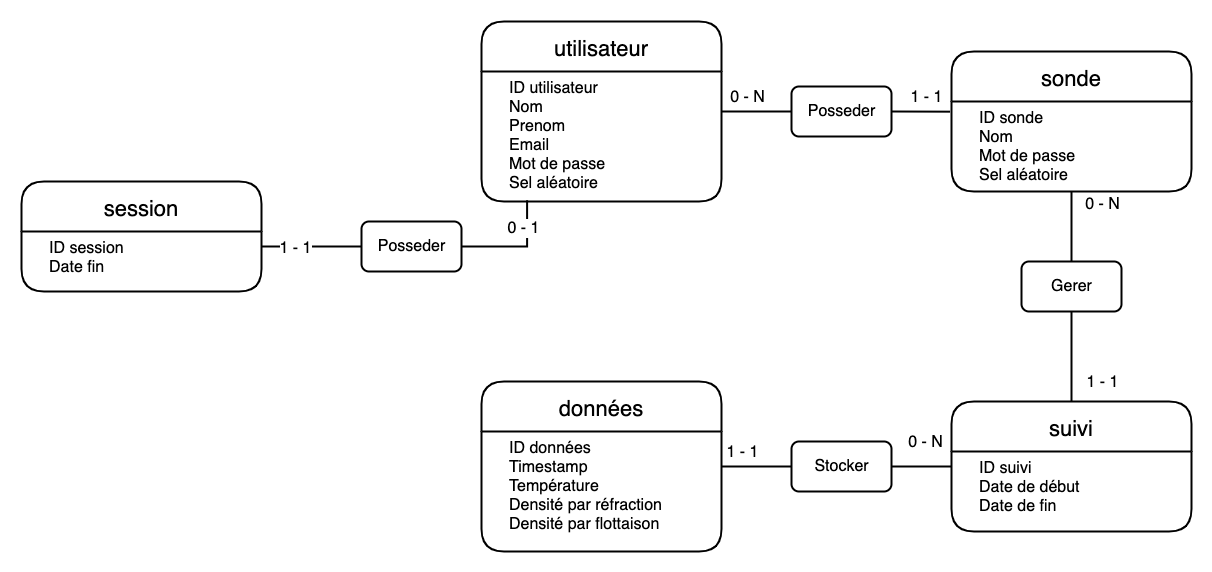
The draw.io diagram docs/schémas db/Entité Association.png in AlexandreDoneux/TFE, before a commit. Source tidied: cells renumbered, new cells last; positions are measured from the earlier drawing's top-left corner, leaving out a move shared by most shapes. Its diagram source:
```xml
<mxGraphModel background="#ffffff">
  <root>
    <mxCell id="0" />
    <mxCell id="1" parent="0" />
    <mxCell id="2" style="edgeStyle=none;html=1;strokeWidth=2;fontSize=16;endArrow=none;endFill=0;" parent="1" edge="1" source="4" target="16">
      <mxGeometry relative="1" as="geometry" />
    </mxCell>
    <mxCell id="3" value="0 - N" style="edgeLabel;html=1;align=center;verticalAlign=middle;fontSize=16;" parent="2" vertex="1">
      <mxGeometry x="-0.5" y="-2" relative="1" as="geometry">
        <mxPoint x="7" y="-17" as="offset" />
      </mxGeometry>
    </mxCell>
    <mxCell id="4" value="utilisateur" style="swimlane;horizontal=1;startSize=50;rounded=1;fontSize=22;fontStyle=0;strokeWidth=2;shadow=0;dashed=0;align=center;" parent="1" vertex="1">
      <mxGeometry x="460" width="240" height="180" as="geometry" />
    </mxCell>
    <mxCell id="5" value="ID utilisateur&#10;Nom&#10;Prenom&#10;Email&#10;Mot de passe&#10;Sel aléatoire" style="align=left;strokeColor=none;fillColor=none;spacingLeft=26;fontSize=16;verticalAlign=top;rounded=1;" parent="4" vertex="1">
      <mxGeometry y="50" width="240" height="130" as="geometry" />
    </mxCell>
    <mxCell id="6" value="sonde" style="swimlane;horizontal=1;startSize=50;rounded=1;fontSize=22;fontStyle=0;strokeWidth=2;shadow=0;dashed=0;align=center;strokeColor=default;" parent="1" vertex="1">
      <mxGeometry x="930" y="30" width="240" height="140" as="geometry" />
    </mxCell>
    <mxCell id="7" value="ID sonde&#10;Nom&#10;Mot de passe&#10;Sel aléatoire " style="align=left;strokeColor=none;fillColor=none;spacingLeft=26;fontSize=16;verticalAlign=top;rounded=1;" parent="6" vertex="1">
      <mxGeometry y="50" width="240" height="90" as="geometry" />
    </mxCell>
    <mxCell id="8" value="suivi" style="swimlane;horizontal=1;startSize=50;rounded=1;fontSize=22;fontStyle=0;strokeWidth=2;shadow=0;dashed=0;align=center;strokeColor=default;" parent="1" vertex="1">
      <mxGeometry x="930" y="380" width="240" height="130" as="geometry" />
    </mxCell>
    <mxCell id="9" value="ID suivi&#10;Date de début&#10;Date de fin" style="align=left;strokeColor=none;fillColor=none;spacingLeft=26;fontSize=16;verticalAlign=top;rounded=1;" parent="8" vertex="1">
      <mxGeometry y="50" width="240" height="80" as="geometry" />
    </mxCell>
    <mxCell id="10" style="edgeStyle=none;html=1;strokeWidth=2;fontSize=16;endArrow=none;endFill=0;" parent="1" edge="1" source="12" target="22">
      <mxGeometry relative="1" as="geometry" />
    </mxCell>
    <mxCell id="11" value="1 - 1" style="edgeLabel;html=1;align=center;verticalAlign=middle;fontSize=16;" parent="10" vertex="1">
      <mxGeometry x="-0.44" y="2" relative="1" as="geometry">
        <mxPoint y="-13" as="offset" />
      </mxGeometry>
    </mxCell>
    <mxCell id="12" value="données" style="swimlane;horizontal=1;startSize=50;rounded=1;fontSize=22;fontStyle=0;strokeWidth=2;shadow=0;dashed=0;align=center;strokeColor=default;" parent="1" vertex="1">
      <mxGeometry x="460" y="360" width="240" height="170" as="geometry" />
    </mxCell>
    <mxCell id="13" value="ID données&#10;Timestamp&#10;Température&#10;Densité par réfraction&#10;Densité par flottaison" style="align=left;strokeColor=none;fillColor=none;spacingLeft=26;fontSize=16;verticalAlign=top;rounded=1;" parent="12" vertex="1">
      <mxGeometry y="50" width="240" height="120" as="geometry" />
    </mxCell>
    <mxCell id="14" style="edgeStyle=none;html=1;exitX=1;exitY=0.5;exitDx=0;exitDy=0;entryX=-0.006;entryY=0.113;entryDx=0;entryDy=0;strokeWidth=2;fontSize=16;endArrow=none;endFill=0;entryPerimeter=0;" parent="1" edge="1" source="16" target="7">
      <mxGeometry relative="1" as="geometry" />
    </mxCell>
    <mxCell id="15" value="1 - 1" style="edgeLabel;html=1;align=center;verticalAlign=middle;fontSize=16;" parent="14" vertex="1">
      <mxGeometry x="0.15" y="2" relative="1" as="geometry">
        <mxPoint y="-13" as="offset" />
      </mxGeometry>
    </mxCell>
    <mxCell id="16" value="Posseder" style="html=1;dashed=0;whitespace=wrap;rounded=1;strokeColor=default;fontSize=16;strokeWidth=2;" parent="1" vertex="1">
      <mxGeometry x="770" y="65" width="100" height="50" as="geometry" />
    </mxCell>
    <mxCell id="17" style="edgeStyle=none;html=1;exitX=0.5;exitY=1;exitDx=0;exitDy=0;strokeWidth=2;fontSize=16;endArrow=none;endFill=0;" parent="1" edge="1" source="19" target="8">
      <mxGeometry relative="1" as="geometry" />
    </mxCell>
    <mxCell id="18" value="1 - 1" style="edgeLabel;html=1;align=center;verticalAlign=middle;fontSize=16;" parent="17" vertex="1">
      <mxGeometry x="0.54" y="3" relative="1" as="geometry">
        <mxPoint x="27" y="1" as="offset" />
      </mxGeometry>
    </mxCell>
    <mxCell id="19" value="Gerer" style="html=1;dashed=0;whitespace=wrap;rounded=1;strokeColor=default;fontSize=16;strokeWidth=2;" parent="1" vertex="1">
      <mxGeometry x="1000" y="240" width="100" height="50" as="geometry" />
    </mxCell>
    <mxCell id="20" style="edgeStyle=none;html=1;exitX=1;exitY=0.5;exitDx=0;exitDy=0;entryX=0;entryY=0.5;entryDx=0;entryDy=0;strokeWidth=2;fontSize=16;endArrow=none;endFill=0;" parent="1" edge="1" source="22" target="8">
      <mxGeometry relative="1" as="geometry" />
    </mxCell>
    <mxCell id="21" value="0 - N" style="edgeLabel;html=1;align=center;verticalAlign=middle;fontSize=16;" parent="20" vertex="1">
      <mxGeometry x="0.09" y="-1" relative="1" as="geometry">
        <mxPoint y="-26" as="offset" />
      </mxGeometry>
    </mxCell>
    <mxCell id="22" value="Stocker" style="html=1;dashed=0;whitespace=wrap;rounded=1;strokeColor=default;fontSize=16;strokeWidth=2;" parent="1" vertex="1">
      <mxGeometry x="770" y="420" width="100" height="50" as="geometry" />
    </mxCell>
    <mxCell id="23" style="edgeStyle=none;html=1;exitX=0.5;exitY=1;exitDx=0;exitDy=0;entryX=0.5;entryY=0;entryDx=0;entryDy=0;strokeWidth=2;fontSize=16;endArrow=none;endFill=0;" parent="1" edge="1" source="7" target="19">
      <mxGeometry relative="1" as="geometry" />
    </mxCell>
    <mxCell id="24" value="0 - N" style="edgeLabel;html=1;align=center;verticalAlign=middle;fontSize=16;" parent="23" vertex="1">
      <mxGeometry x="-0.46" y="-2" relative="1" as="geometry">
        <mxPoint x="32" y="-7" as="offset" />
      </mxGeometry>
    </mxCell>
    <mxCell id="25" value="session" style="swimlane;horizontal=1;startSize=50;rounded=1;fontSize=22;fontStyle=0;strokeWidth=2;shadow=0;dashed=0;align=center;" parent="1" vertex="1">
      <mxGeometry y="160" width="240" height="110" as="geometry" />
    </mxCell>
    <mxCell id="26" value="ID session&#10;Date fin" style="align=left;strokeColor=none;fillColor=none;spacingLeft=26;fontSize=16;verticalAlign=top;rounded=1;" parent="25" vertex="1">
      <mxGeometry y="50" width="240" height="60" as="geometry" />
    </mxCell>
    <mxCell id="27" style="edgeStyle=orthogonalEdgeStyle;html=1;exitX=1;exitY=0.5;exitDx=0;exitDy=0;entryX=0.19;entryY=0.99;entryDx=0;entryDy=0;entryPerimeter=0;startArrow=none;startFill=0;endArrow=none;endFill=0;rounded=0;strokeWidth=2;" parent="1" edge="1" source="31" target="5">
      <mxGeometry relative="1" as="geometry" />
    </mxCell>
    <mxCell id="28" value="0 - 1" style="edgeLabel;html=1;align=center;verticalAlign=middle;fontSize=16;" parent="27" vertex="1">
      <mxGeometry x="0.51" y="4" relative="1" as="geometry" />
    </mxCell>
    <mxCell id="29" style="edgeStyle=orthogonalEdgeStyle;rounded=0;html=1;exitX=0;exitY=0.5;exitDx=0;exitDy=0;entryX=1;entryY=0.25;entryDx=0;entryDy=0;strokeWidth=2;startArrow=none;startFill=0;endArrow=none;endFill=0;" parent="1" edge="1" source="31" target="26">
      <mxGeometry relative="1" as="geometry" />
    </mxCell>
    <mxCell id="30" value="1 - 1" style="edgeLabel;html=1;align=center;verticalAlign=middle;fontSize=16;" parent="29" vertex="1">
      <mxGeometry x="0.35" y="1" relative="1" as="geometry" />
    </mxCell>
    <mxCell id="31" value="Posseder" style="html=1;dashed=0;whitespace=wrap;rounded=1;strokeColor=default;fontSize=16;strokeWidth=2;" parent="1" vertex="1">
      <mxGeometry x="340" y="200" width="100" height="50" as="geometry" />
    </mxCell>
  </root>
</mxGraphModel>
```
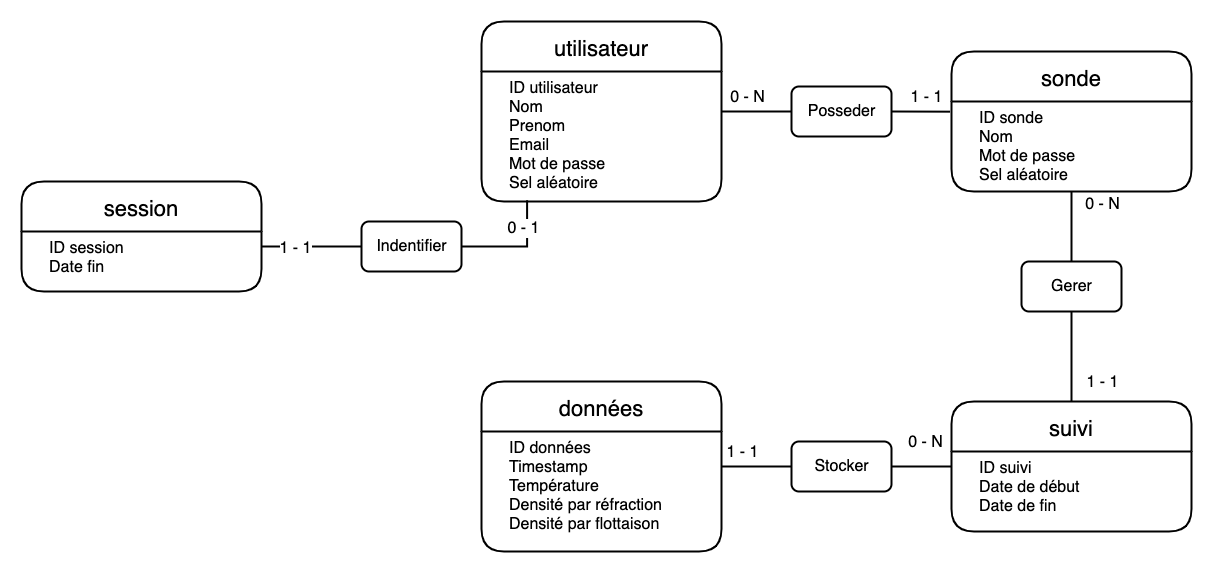
After the commit.

Change to the diagram source:
```diff
@@ -101,7 +101,7 @@
     <mxCell id="30" value="1 - 1" style="edgeLabel;html=1;align=center;verticalAlign=middle;fontSize=16;" parent="29" vertex="1">
       <mxGeometry x="0.35" y="1" relative="1" as="geometry" />
     </mxCell>
-    <mxCell id="31" value="Posseder" style="html=1;dashed=0;whitespace=wrap;rounded=1;strokeColor=default;fontSize=16;strokeWidth=2;" parent="1" vertex="1">
+    <mxCell id="31" value="Indentifier" style="html=1;dashed=0;whitespace=wrap;rounded=1;strokeColor=default;fontSize=16;strokeWidth=2;" parent="1" vertex="1">
       <mxGeometry x="340" y="200" width="100" height="50" as="geometry" />
     </mxCell>
   </root>
```
